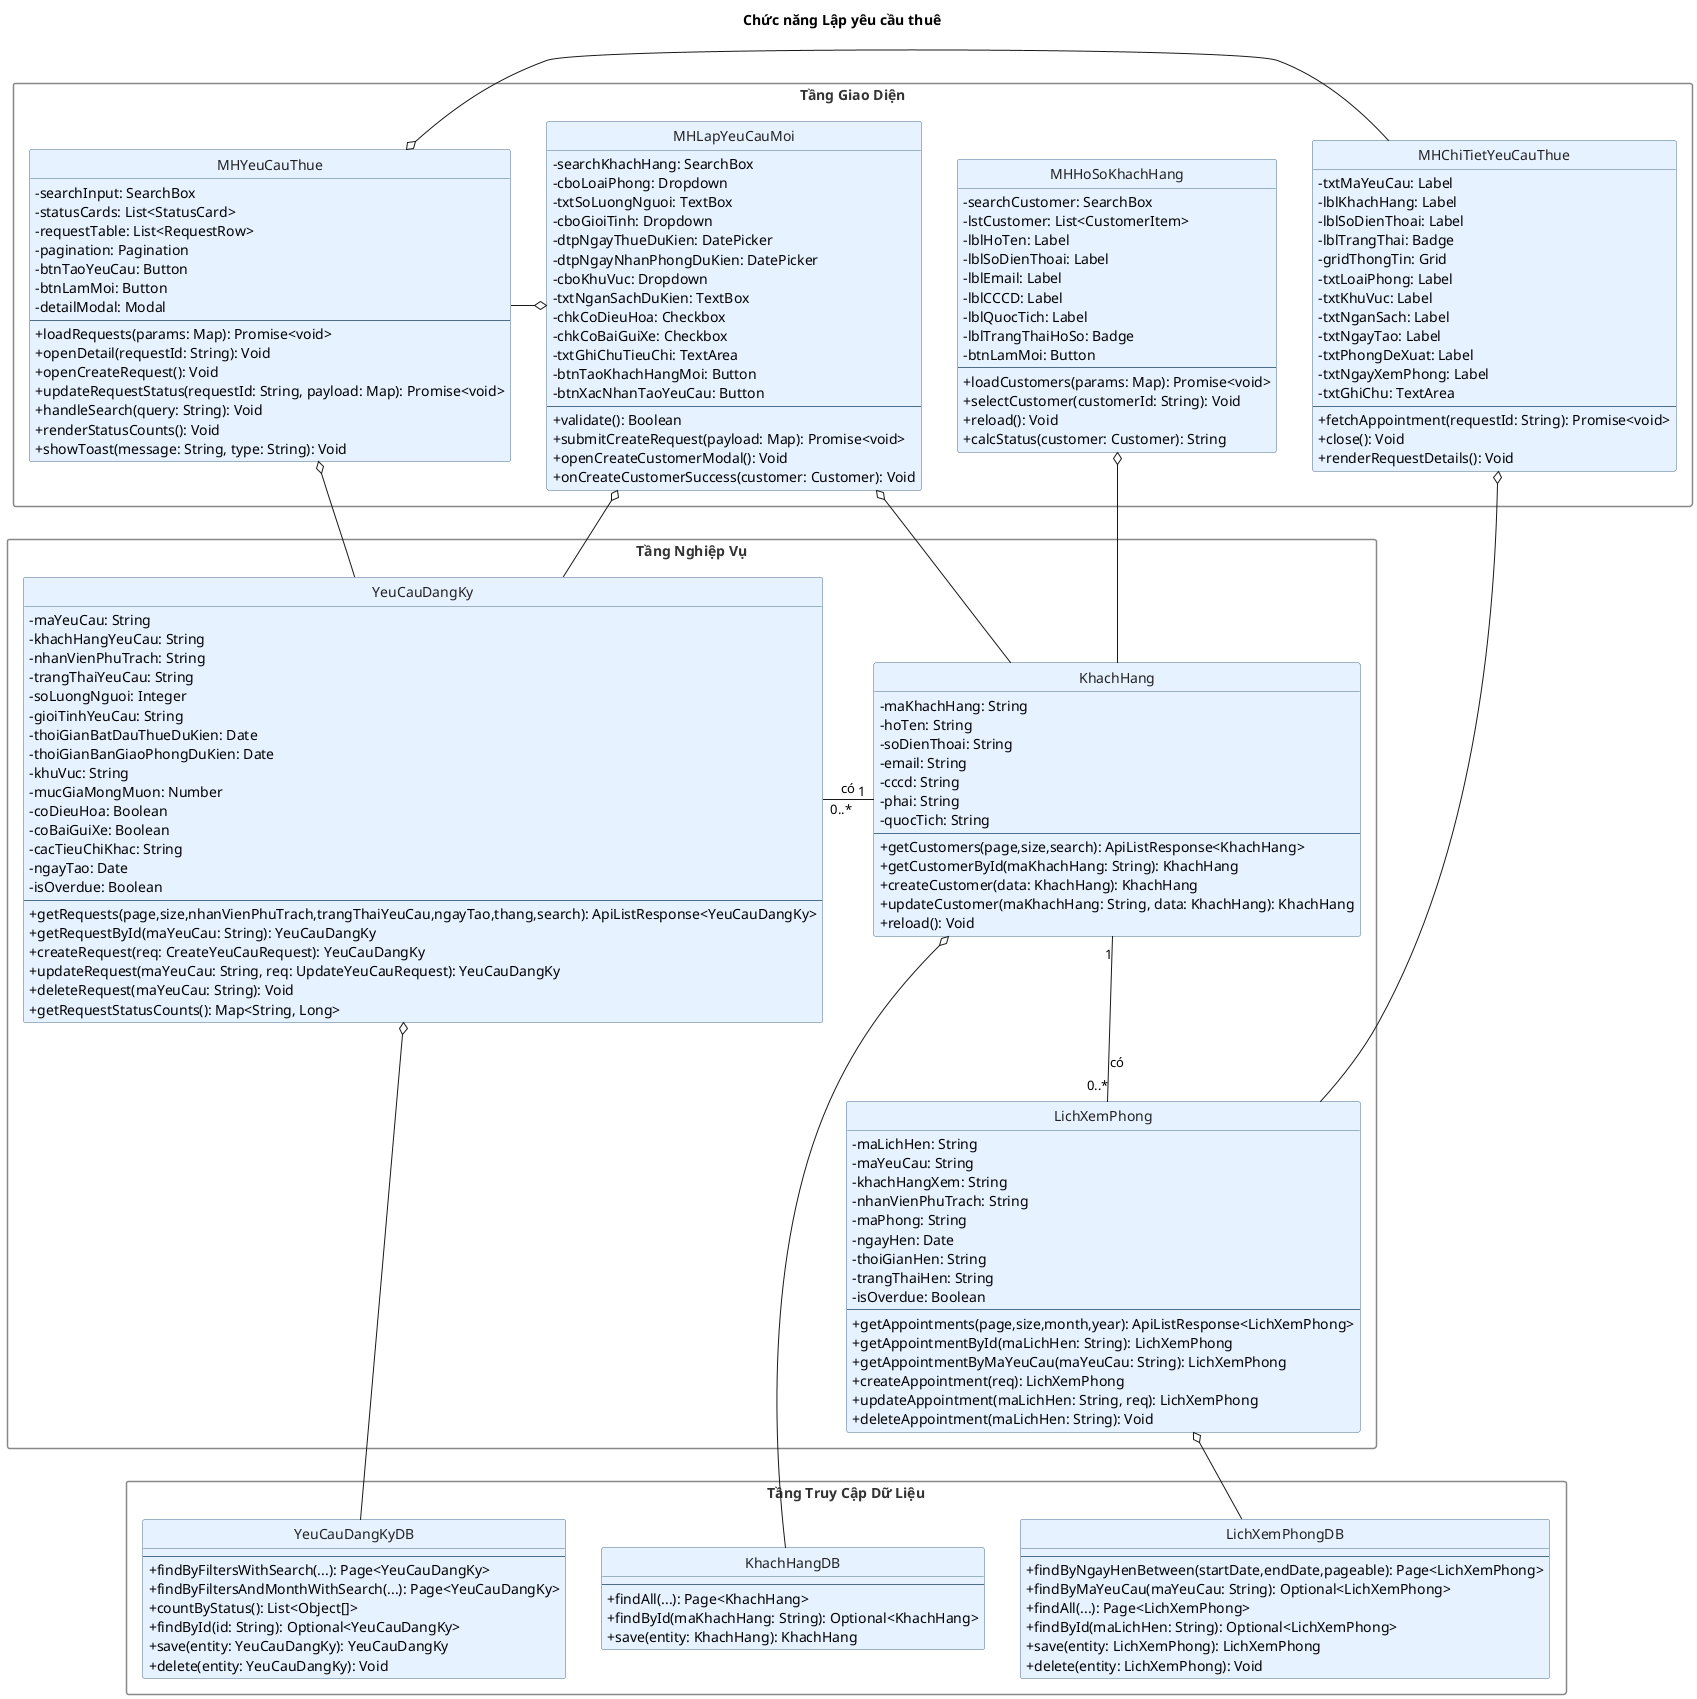
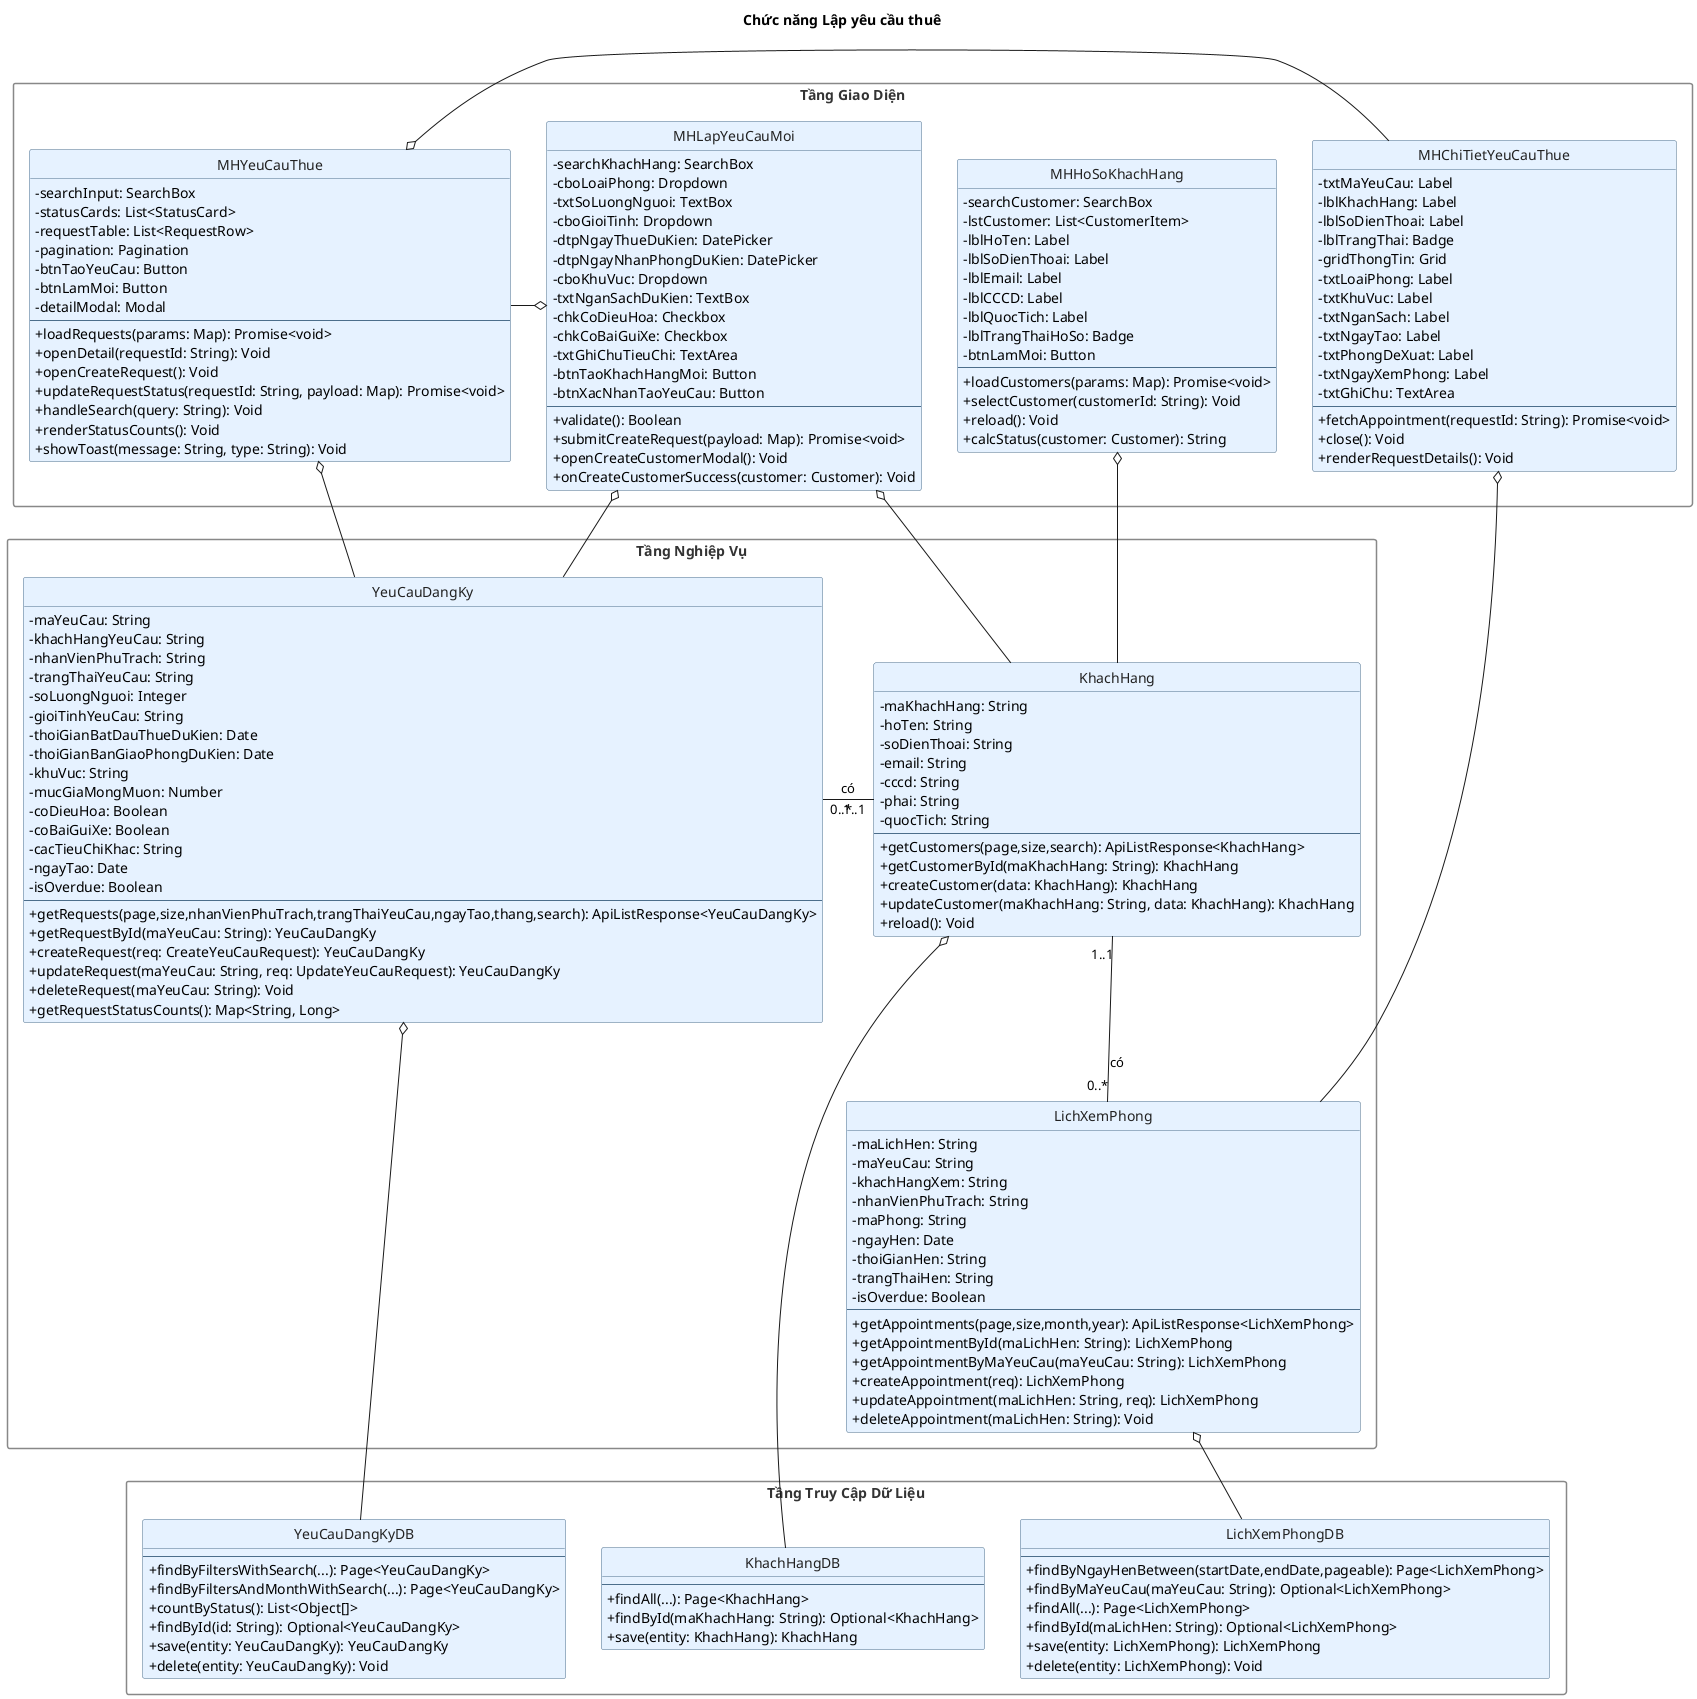
@startuml
title Chức năng Lập yêu cầu thuê

hide circle
skinparam shadowing false
skinparam classAttributeIconSize 0

skinparam class {
  BorderColor #4C6E8B
  BackgroundColor #E6F2FF
  FontColor #222222
}

skinparam package {
  BorderColor #888888
  FontColor #333333
  FontSize 14
  Style rectangle
}

' ================= TẦNG GIAO DIỆN =================
package "Tầng Giao Diện" as UI_Layer {
class MHYeuCauThue {
  ' Presentation (SaleRequests.tsx - Request List Screen)
  -searchInput: SearchBox
  -statusCards: List<StatusCard>
  -requestTable: List<RequestRow>
  -pagination: Pagination
  -btnTaoYeuCau: Button
  -btnLamMoi: Button
  -detailModal: Modal
  --
  +loadRequests(params: Map): Promise<void>
  +openDetail(requestId: String): Void
  +openCreateRequest(): Void
  +updateRequestStatus(requestId: String, payload: Map): Promise<void>
  +handleSearch(query: String): Void
  +renderStatusCounts(): Void
  +showToast(message: String, type: String): Void
}

class MHChiTietYeuCauThue {
  ' Presentation (RequestDetailModal - Request Detail Screen)
  -txtMaYeuCau: Label
  -lblKhachHang: Label
  -lblSoDienThoai: Label
  -lblTrangThai: Badge
  -gridThongTin: Grid
  -txtLoaiPhong: Label
  -txtKhuVuc: Label
  -txtNganSach: Label
  -txtNgayTao: Label
  -txtPhongDeXuat: Label
  -txtNgayXemPhong: Label
  -txtGhiChu: TextArea
  --
  +fetchAppointment(requestId: String): Promise<void>
  +close(): Void
  +renderRequestDetails(): Void
}

class MHLapYeuCauMoi {
  ' Presentation (CreateRequestTab - Create Request Screen)
  -searchKhachHang: SearchBox
  -cboLoaiPhong: Dropdown
  -txtSoLuongNguoi: TextBox
  -cboGioiTinh: Dropdown
  -dtpNgayThueDuKien: DatePicker
  -dtpNgayNhanPhongDuKien: DatePicker
  -cboKhuVuc: Dropdown
  -txtNganSachDuKien: TextBox
  -chkCoDieuHoa: Checkbox
  -chkCoBaiGuiXe: Checkbox
  -txtGhiChuTieuChi: TextArea
  -btnTaoKhachHangMoi: Button
  -btnXacNhanTaoYeuCau: Button
  --
  +validate(): Boolean
  +submitCreateRequest(payload: Map): Promise<void>
  +openCreateCustomerModal(): Void
  +onCreateCustomerSuccess(customer: Customer): Void
}

class MHHoSoKhachHang {
  ' Presentation (SaleCustomers.tsx - Customer List & Profile Screen)
  -searchCustomer: SearchBox
  -lstCustomer: List<CustomerItem>
  -lblHoTen: Label
  -lblSoDienThoai: Label
  -lblEmail: Label
  -lblCCCD: Label
  -lblQuocTich: Label
  -lblTrangThaiHoSo: Badge
  -btnLamMoi: Button
  --
  +loadCustomers(params: Map): Promise<void>
  +selectCustomer(customerId: String): Void
  +reload(): Void
  +calcStatus(customer: Customer): String
}
}

' ================= TẦNG NGHIỆP VỤ =================
package "Tầng Nghiệp Vụ" as BLL_Layer {


class LichXemPhong {
  ' Entity + Service (LichXemPhong / Appointment + AppointmentService)
  ' Attributes
  -maLichHen: String
  -maYeuCau: String
  -khachHangXem: String
  -nhanVienPhuTrach: String
  -maPhong: String
  -ngayHen: Date
  -thoiGianHen: String
  -trangThaiHen: String
  -isOverdue: Boolean
  --
  ' Methods (service operations)
  +getAppointments(page,size,month,year): ApiListResponse<LichXemPhong>
  +getAppointmentById(maLichHen: String): LichXemPhong
  +getAppointmentByMaYeuCau(maYeuCau: String): LichXemPhong
  +createAppointment(req): LichXemPhong
  +updateAppointment(maLichHen: String, req): LichXemPhong
  +deleteAppointment(maLichHen: String): Void
}

class YeuCauDangKy {
  ' Entity + Service (YeuCauDangKy + RequestService)
  ' Attributes
  -maYeuCau: String
  -khachHangYeuCau: String
  -nhanVienPhuTrach: String
  -trangThaiYeuCau: String
  -soLuongNguoi: Integer
  -gioiTinhYeuCau: String
  -thoiGianBatDauThueDuKien: Date
  -thoiGianBanGiaoPhongDuKien: Date
  -khuVuc: String
  -mucGiaMongMuon: Number
  -coDieuHoa: Boolean
  -coBaiGuiXe: Boolean
  -cacTieuChiKhac: String
  -ngayTao: Date
  -isOverdue: Boolean
  --
  ' Methods (service operations)
  +getRequests(page,size,nhanVienPhuTrach,trangThaiYeuCau,ngayTao,thang,search): ApiListResponse<YeuCauDangKy>
  +getRequestById(maYeuCau: String): YeuCauDangKy
  +createRequest(req: CreateYeuCauRequest): YeuCauDangKy
  +updateRequest(maYeuCau: String, req: UpdateYeuCauRequest): YeuCauDangKy
  +deleteRequest(maYeuCau: String): Void
  +getRequestStatusCounts(): Map<String, Long>
}

class KhachHang {
  ' Entity + Service (KhachHang + CustomerService)
  ' Attributes
  -maKhachHang: String
  -hoTen: String
  -soDienThoai: String
  -email: String
  -cccd: String
  -phai: String
  -quocTich: String
  --
  ' Methods (service operations)
  +getCustomers(page,size,search): ApiListResponse<KhachHang>
  +getCustomerById(maKhachHang: String): KhachHang
  +createCustomer(data: KhachHang): KhachHang
  +updateCustomer(maKhachHang: String, data: KhachHang): KhachHang
  +reload(): Void
}
}


' ================= TẦNG TRUY CẬP DỮ LIỆU =================
package "Tầng Truy Cập Dữ Liệu" as DAL_Layer {
class YeuCauDangKyDB {
  --
  +findByFiltersWithSearch(...): Page<YeuCauDangKy>
  +findByFiltersAndMonthWithSearch(...): Page<YeuCauDangKy>
  +countByStatus(): List<Object[]>
  +findById(id: String): Optional<YeuCauDangKy>
  +save(entity: YeuCauDangKy): YeuCauDangKy
  +delete(entity: YeuCauDangKy): Void
}

class LichXemPhongDB {
  --
  +findByNgayHenBetween(startDate,endDate,pageable): Page<LichXemPhong>
  +findByMaYeuCau(maYeuCau: String): Optional<LichXemPhong>
  +findAll(...): Page<LichXemPhong>
  +findById(maLichHen: String): Optional<LichXemPhong>
  +save(entity: LichXemPhong): LichXemPhong
  +delete(entity: LichXemPhong): Void
}

class KhachHangDB {
  --
  +findAll(...): Page<KhachHang>
  +findById(maKhachHang: String): Optional<KhachHang>
  +save(entity: KhachHang): KhachHang
}
}

' ================= LIÊN KẾT GIỮA CÁC TẦNG =================

'0. Giữa các màn hình với trangThaiYeuCau
MHYeuCauThue o-right- MHChiTietYeuCauThue
MHLapYeuCauMoi o-right-MHYeuCauThue

' 1. Giao diện gọi Nghiệp vụ (UI -> BLL)
MHYeuCauThue o-- YeuCauDangKy
MHChiTietYeuCauThue o-- LichXemPhong
MHLapYeuCauMoi o-- YeuCauDangKy
MHLapYeuCauMoi o-- KhachHang
MHHoSoKhachHang o-- KhachHang

' 2. Quan hệ nội bộ tầng Nghiệp vụ (Entity Relationships)
- KhachHang "1" -right- "0..*" YeuCauDangKy : có
- KhachHang "1" -- "0..*" LichXemPhong : có
+ KhachHang "1..1" -right- "0..*" YeuCauDangKy : có
+ KhachHang "1..1" -- "0..*" LichXemPhong : có

' 3. Nghiệp vụ gọi Truy cập dữ liệu (BLL -> DAL)
YeuCauDangKy o-- YeuCauDangKyDB
LichXemPhong o-- LichXemPhongDB
KhachHang o-- KhachHangDB
@enduml